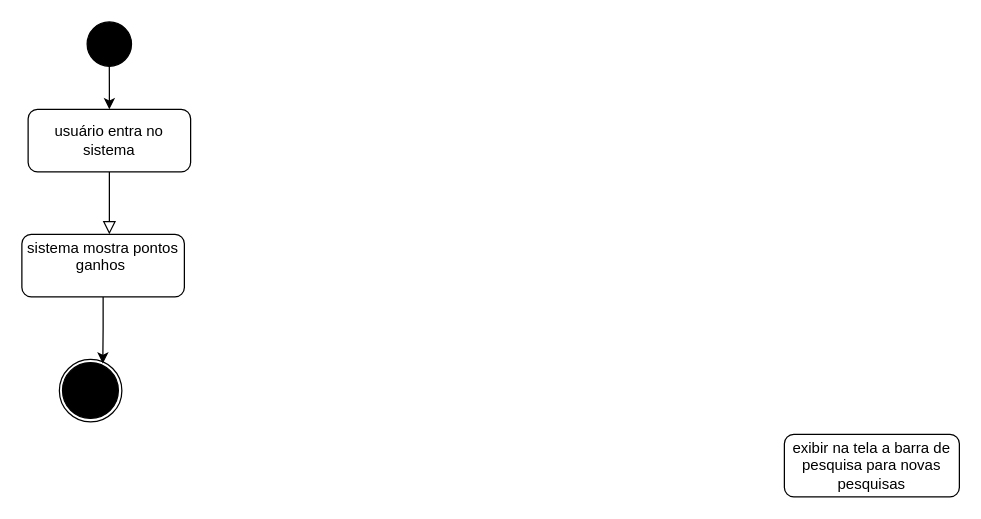
The draw.io diagram page "Página-7" (7 of 9) of Diagrama sem nome.drawio in devguina/CEFET-Software_Engineering, before the edit. Source tidied: cells renumbered, new cells numbered last; positions are measured from the earlier drawing's top-left corner, leaving out a move shared by most shapes. Both pictures are drawn from the tidied source at 125%, with x=0, y=0 at pixel (21, 21).
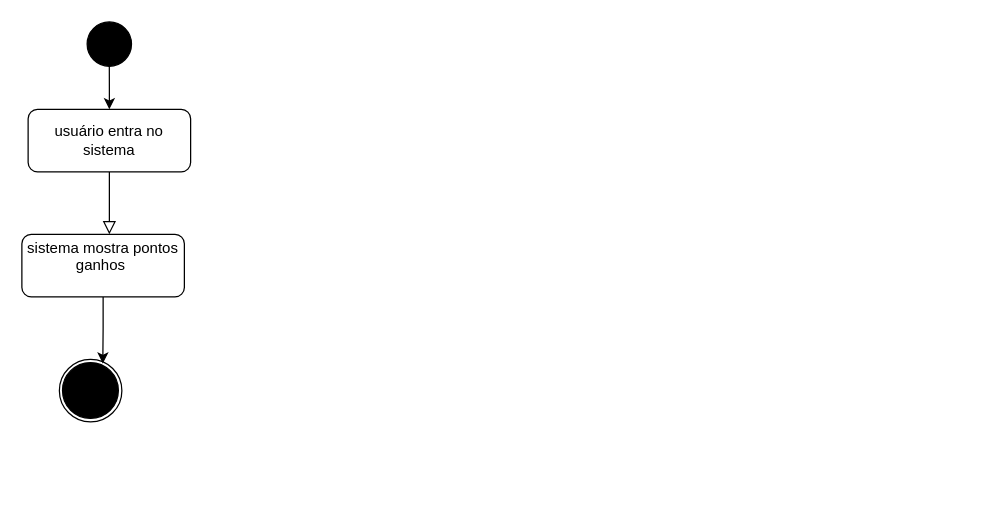
After the change.

Diff of the diagram source:
```diff
@@
 <mxGraphModel>
   <root>
     <mxCell id="0" />
     <mxCell id="1" parent="0" />
     <mxCell id="2" style="rounded=0;html=1;jettySize=auto;fontSize=11;endArrow=block;endFill=0;endSize=8;strokeWidth=1;shadow=0;labelBackgroundColor=none;edgeStyle=orthogonalEdgeStyle;" parent="1" edge="1" source="3">
       <mxGeometry relative="1" as="geometry">
         <mxPoint x="70" y="170" as="targetPoint" />
       </mxGeometry>
     </mxCell>
     <mxCell id="3" value="usuário entra no sistema" style="rounded=1;whiteSpace=wrap;html=1;fontSize=12;glass=0;strokeWidth=1;shadow=0;" parent="1" vertex="1">
       <mxGeometry x="5" y="70" width="130" height="50" as="geometry" />
     </mxCell>
-    <mxCell id="4" value="exibir na tela a barra de pesquisa para novas pesquisas" style="rounded=1;whiteSpace=wrap;html=1;fontSize=12;glass=0;strokeWidth=1;shadow=0;" parent="1" vertex="1">
-      <mxGeometry x="610" y="330" width="140" height="50" as="geometry" />
-    </mxCell>
     <mxCell id="5" style="edgeStyle=orthogonalEdgeStyle;rounded=0;jettySize=auto;html=1;entryX=0.5;entryY=0;entryDx=0;entryDy=0;" parent="1" edge="1" source="6" target="3">
       <mxGeometry relative="1" as="geometry" />
     </mxCell>
     <mxCell id="6" style="ellipse;shape=doubleEllipse;whiteSpace=wrap;html=1;fillColor=#000000;" parent="1" vertex="1">
       <mxGeometry x="52.2" width="35.5" height="35.5" as="geometry" />
     </mxCell>
     <mxCell id="7" style="group;" parent="1" vertex="1">
       <mxGeometry x="30" y="270" width="50" height="50" as="geometry" />
     </mxCell>
     <mxCell id="8" style="ellipse;shape=doubleEllipse;whiteSpace=wrap;html=1;fillColor=#000000;" parent="7" vertex="1">
       <mxGeometry x="2.5" y="2.5" width="44.7" height="44.7" as="geometry" />
     </mxCell>
     <mxCell id="9" style="ellipse;shape=doubleEllipse;whiteSpace=wrap;html=1;fillColor=none;" parent="7" vertex="1">
       <mxGeometry width="50" height="50" as="geometry" />
     </mxCell>
     <mxCell id="10" value="sistema mostra pontos ganhos&amp;nbsp;&lt;div&gt;&lt;br&gt;&lt;/div&gt;" style="rounded=1;whiteSpace=wrap;html=1;fontSize=12;glass=0;strokeWidth=1;shadow=0;" parent="1" vertex="1">
       <mxGeometry y="170" width="130" height="50" as="geometry" />
     </mxCell>
     <mxCell id="11" style="edgeStyle=orthogonalEdgeStyle;rounded=0;jettySize=auto;html=1;entryX=0.695;entryY=0.067;entryDx=0;entryDy=0;entryPerimeter=0;" parent="1" edge="1" source="10" target="9">
       <mxGeometry relative="1" as="geometry" />
     </mxCell>
   </root>
 </mxGraphModel>
```
